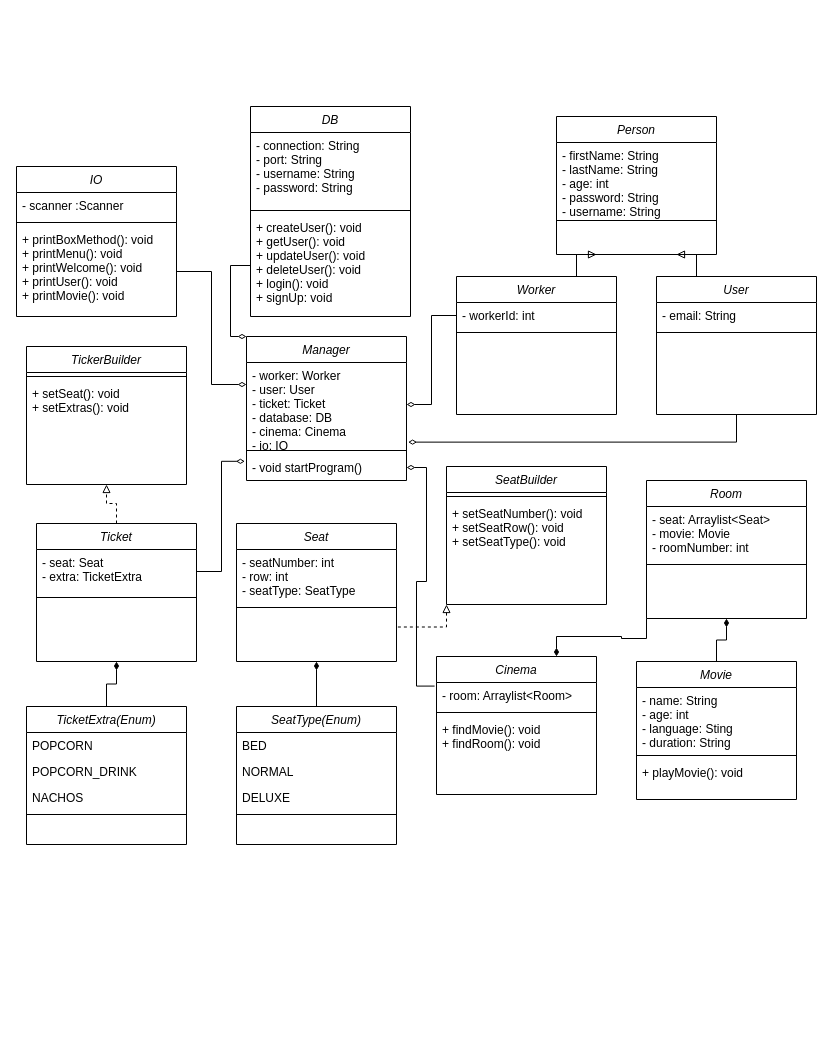
Earlier version of the draw.io diagram CinemaSystem/diagram/class-diagramm.drawio (shawn-lacarta/M326_CinemaBookingSystem). Source tidied: cells renumbered, new cells numbered last; positions are measured from the earlier drawing's top-left corner, leaving out a move shared by most shapes. Both pictures are drawn from the tidied source at 100%, with x=0, y=0 at pixel (16, 106).
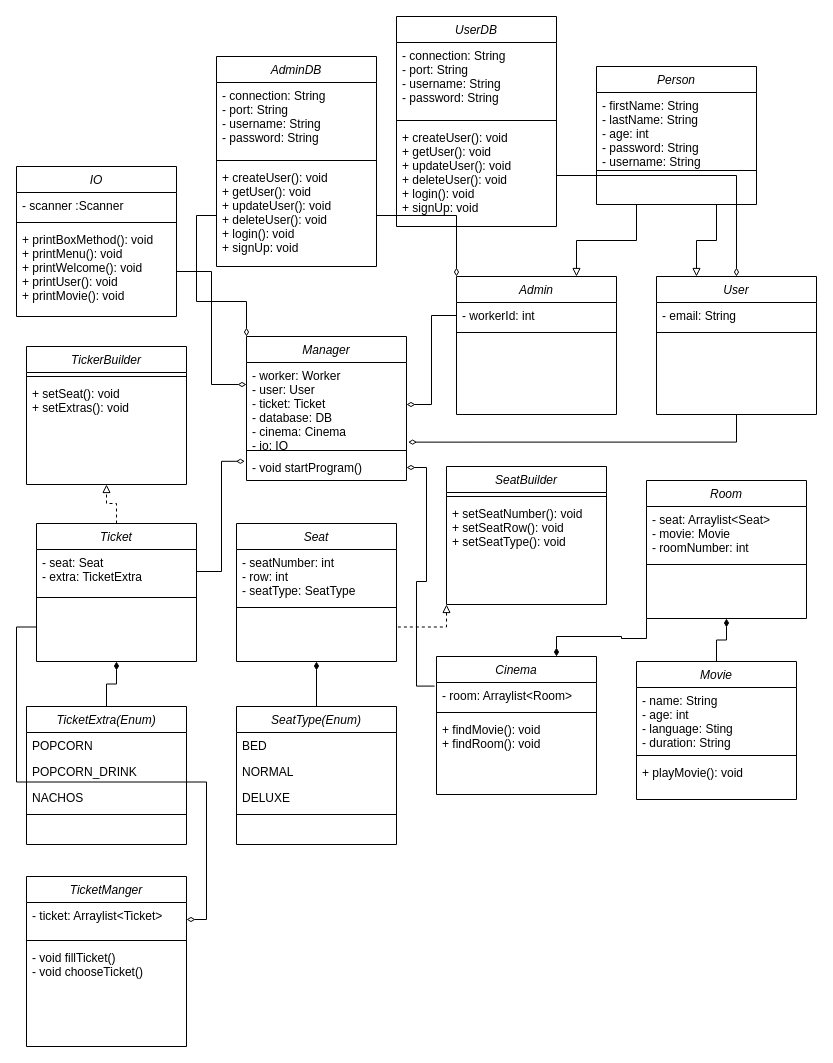
After the change.

Commit message (it also covers changes not shown here):
added missing class to diagram

Unchanged cells that the change refers to:
```xml
<mxCell id="12" value="Ticket" style="swimlane;fontStyle=2;align=center;verticalAlign=top;horizontal=1;startSize=26;rounded=0;shadow=0;strokeWidth=1;" parent="1" vertex="1">
  <mxGeometry x="20" y="417" width="160" height="138" as="geometry" />
</mxCell>
<mxCell id="32" value="+ createUser(): void&#10;+ getUser(): void&#10;+ updateUser(): void&#10;+ deleteUser(): void&#10;+ login(): void&#10;+ signUp: void" style="text;align=left;verticalAlign=top;spacingLeft=4;spacingRight=4;overflow=hidden;points=[[0,0.5],[1,0.5]];portConstraint=eastwest;" parent="29" vertex="1">
  <mxGeometry y="108" width="160" height="102" as="geometry" />
</mxCell>
<mxCell id="37" value="User" style="swimlane;fontStyle=2;align=center;verticalAlign=top;horizontal=1;startSize=26;rounded=0;shadow=0;strokeWidth=1;" parent="1" vertex="1">
  <mxGeometry x="640" y="170" width="160" height="138" as="geometry" />
</mxCell>
```

Change to the diagram source:
```diff
@@
+    <mxCell id="70" style="edgeStyle=orthogonalEdgeStyle;rounded=0;jettySize=auto;html=1;exitX=0;exitY=0.75;exitDx=0;exitDy=0;entryX=1;entryY=0.5;entryDx=0;entryDy=0;startArrow=none;startFill=0;endArrow=diamondThin;endFill=0;" parent="1" edge="1" source="12" target="78">
+      <mxGeometry relative="1" as="geometry" />
+    </mxCell>
@@
-    <mxCell id="15" value="Worker" style="swimlane;fontStyle=2;align=center;verticalAlign=top;horizontal=1;startSize=26;rounded=0;shadow=0;strokeWidth=1;" parent="1" vertex="1">
+    <mxCell id="15" value="Admin" style="swimlane;fontStyle=2;align=center;verticalAlign=top;horizontal=1;startSize=26;rounded=0;shadow=0;strokeWidth=1;" parent="1" vertex="1">
       <mxGeometry x="440" y="170" width="160" height="138" as="geometry" />
     </mxCell>
@@
-    <mxCell id="29" value="DB" style="swimlane;fontStyle=2;align=center;verticalAlign=top;horizontal=1;startSize=26;rounded=0;shadow=0;strokeWidth=1;" parent="1" vertex="1">
-      <mxGeometry x="234" width="160" height="210" as="geometry" />
+    <mxCell id="29" value="AdminDB" style="swimlane;fontStyle=2;align=center;verticalAlign=top;horizontal=1;startSize=26;rounded=0;shadow=0;strokeWidth=1;" parent="1" vertex="1">
+      <mxGeometry x="200" y="-50" width="160" height="210" as="geometry" />
     </mxCell>
@@
-    <mxCell id="44" style="edgeStyle=orthogonalEdgeStyle;rounded=0;jettySize=auto;html=1;exitX=0.25;exitY=1;exitDx=0;exitDy=0;entryX=0.75;entryY=0;entryDx=0;entryDy=0;endArrow=none;endFill=0;startArrow=block;startFill=0;" parent="1" edge="1" source="46" target="15">
+    <mxCell id="44" style="edgeStyle=orthogonalEdgeStyle;rounded=0;jettySize=auto;html=1;exitX=0.25;exitY=1;exitDx=0;exitDy=0;entryX=0.75;entryY=0;entryDx=0;entryDy=0;endArrow=block;endFill=0;startArrow=none;startFill=0;" parent="1" edge="1" source="46" target="15">
       <mxGeometry relative="1" as="geometry" />
     </mxCell>
-    <mxCell id="45" style="edgeStyle=orthogonalEdgeStyle;rounded=0;jettySize=auto;html=1;exitX=0.75;exitY=1;exitDx=0;exitDy=0;entryX=0.25;entryY=0;entryDx=0;entryDy=0;endArrow=none;endFill=0;startArrow=block;startFill=0;" parent="1" edge="1" source="46" target="37">
+    <mxCell id="45" style="edgeStyle=orthogonalEdgeStyle;rounded=0;jettySize=auto;html=1;exitX=0.75;exitY=1;exitDx=0;exitDy=0;entryX=0.25;entryY=0;entryDx=0;entryDy=0;endArrow=block;endFill=0;startArrow=none;startFill=0;" parent="1" edge="1" source="46" target="37">
       <mxGeometry relative="1" as="geometry" />
     </mxCell>
     <mxCell id="46" value="Person" style="swimlane;fontStyle=2;align=center;verticalAlign=top;horizontal=1;startSize=26;rounded=0;shadow=0;strokeWidth=1;" parent="1" vertex="1">
-      <mxGeometry x="540" y="10" width="160" height="138" as="geometry" />
+      <mxGeometry x="580" y="-40" width="160" height="138" as="geometry" />
     </mxCell>
@@
+    <mxCell id="71" value="UserDB" style="swimlane;fontStyle=2;align=center;verticalAlign=top;horizontal=1;startSize=26;rounded=0;shadow=0;strokeWidth=1;" parent="1" vertex="1">
+      <mxGeometry x="380" y="-90" width="160" height="210" as="geometry" />
+    </mxCell>
+    <mxCell id="72" value="- connection: String&#10;- port: String&#10;- username: String&#10;- password: String" style="text;align=left;verticalAlign=top;spacingLeft=4;spacingRight=4;overflow=hidden;" parent="71" vertex="1">
+      <mxGeometry y="26" width="160" height="74" as="geometry" />
+    </mxCell>
+    <mxCell id="73" style="line;html=1;strokeWidth=1;align=left;verticalAlign=middle;spacingTop=-1;spacingLeft=3;spacingRight=3;labelPosition=right;" parent="71" vertex="1">
+      <mxGeometry y="100" width="160" height="8" as="geometry" />
+    </mxCell>
+    <mxCell id="74" value="+ createUser(): void&#10;+ getUser(): void&#10;+ updateUser(): void&#10;+ deleteUser(): void&#10;+ login(): void&#10;+ signUp: void" style="text;align=left;verticalAlign=top;spacingLeft=4;spacingRight=4;overflow=hidden;points=[[0,0.5],[1,0.5]];portConstraint=eastwest;" parent="71" vertex="1">
+      <mxGeometry y="108" width="160" height="102" as="geometry" />
+    </mxCell>
+    <mxCell id="75" style="edgeStyle=orthogonalEdgeStyle;rounded=0;jettySize=auto;html=1;exitX=1;exitY=0.5;exitDx=0;exitDy=0;entryX=0.5;entryY=0;entryDx=0;entryDy=0;startArrow=none;startFill=0;endArrow=diamondThin;endFill=0;" parent="1" edge="1" source="74" target="37">
+      <mxGeometry relative="1" as="geometry" />
+    </mxCell>
+    <mxCell id="76" style="edgeStyle=orthogonalEdgeStyle;rounded=0;jettySize=auto;html=1;exitX=1;exitY=0.5;exitDx=0;exitDy=0;entryX=0;entryY=0;entryDx=0;entryDy=0;startArrow=none;startFill=0;endArrow=diamondThin;endFill=0;" parent="1" edge="1" source="32" target="15">
+      <mxGeometry relative="1" as="geometry" />
+    </mxCell>
+    <mxCell id="77" value="TicketManger" style="swimlane;fontStyle=2;align=center;verticalAlign=top;horizontal=1;startSize=26;rounded=0;shadow=0;strokeWidth=1;" parent="1" vertex="1">
+      <mxGeometry x="10" y="770" width="160" height="170" as="geometry" />
+    </mxCell>
+    <mxCell id="78" value="- ticket: Arraylist&lt;Ticket&gt;" style="text;align=left;verticalAlign=top;spacingLeft=4;spacingRight=4;overflow=hidden;points=[[0,0.5],[1,0.5]];portConstraint=eastwest;" parent="77" vertex="1">
+      <mxGeometry y="26" width="160" height="34" as="geometry" />
+    </mxCell>
+    <mxCell id="79" style="line;html=1;strokeWidth=1;align=left;verticalAlign=middle;spacingTop=-1;spacingLeft=3;spacingRight=3;labelPosition=right;" parent="77" vertex="1">
+      <mxGeometry y="60" width="160" height="8" as="geometry" />
+    </mxCell>
+    <mxCell id="80" value="- void fillTicket()&#10;- void chooseTicket()" style="text;align=left;verticalAlign=top;spacingLeft=4;spacingRight=4;overflow=hidden;" parent="77" vertex="1">
+      <mxGeometry y="68" width="160" height="52" as="geometry" />
+    </mxCell>
```
